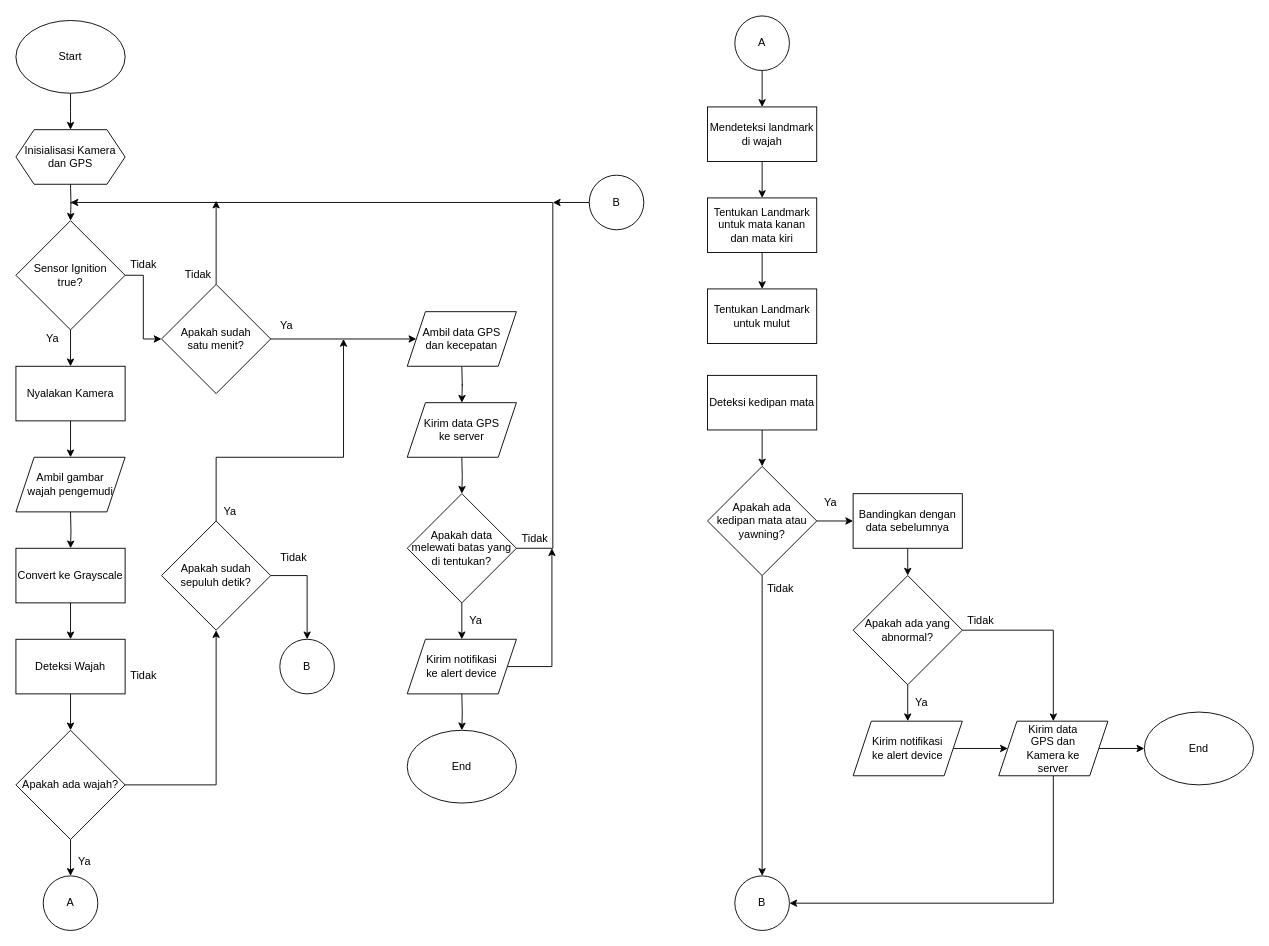
Before: Flow Chart Main Device.drawio in Akise17/Web-Design, a draw.io diagram. Source tidied: cells renumbered, new cells numbered last; positions are measured from the earlier drawing's top-left corner, leaving out a move shared by most shapes. Both pictures are drawn from the tidied source at 91%, with x=0, y=0 at pixel (15, 15).
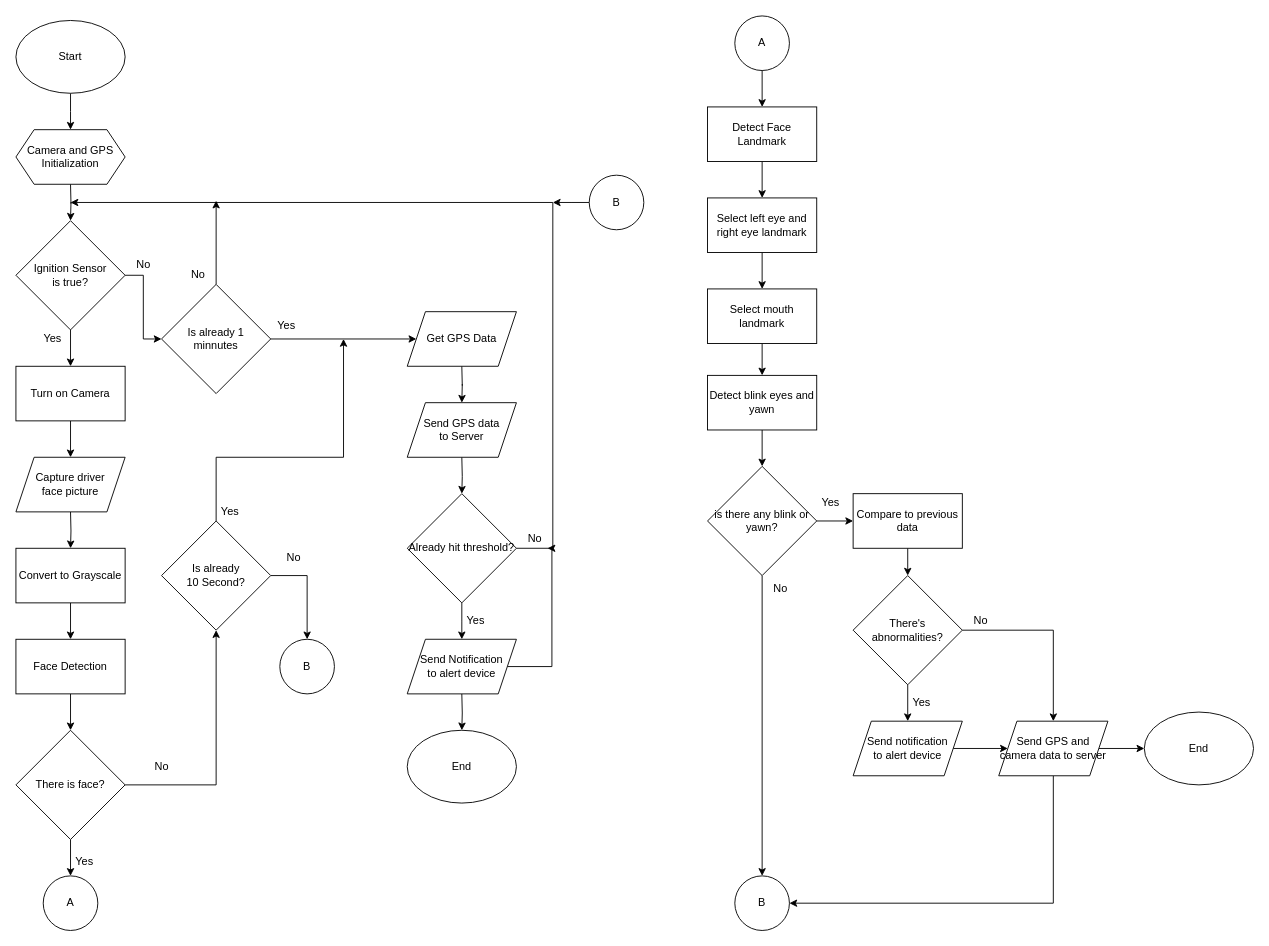
After the change.

What changed in the source:
```diff
@@
-    <mxCell id="7" value="Convert ke Grayscale" style="whiteSpace=wrap;html=1;rounded=0;" parent="1" vertex="1">
+    <mxCell id="7" value="Convert to Grayscale" style="whiteSpace=wrap;html=1;rounded=0;" parent="1" vertex="1">
       <mxGeometry y="585" width="120" height="60" as="geometry" />
     </mxCell>
@@
-    <mxCell id="9" value="Deteksi Wajah" style="whiteSpace=wrap;html=1;rounded=0;" parent="1" vertex="1">
+    <mxCell id="9" value="Face Detection" style="whiteSpace=wrap;html=1;rounded=0;" parent="1" vertex="1">
       <mxGeometry y="685" width="120" height="60" as="geometry" />
     </mxCell>
@@
-    <mxCell id="12" value="Apakah ada wajah?" style="rhombus;whiteSpace=wrap;html=1;" parent="1" vertex="1">
+    <mxCell id="12" value="There is face?" style="rhombus;whiteSpace=wrap;html=1;" parent="1" vertex="1">
       <mxGeometry y="785" width="120" height="120" as="geometry" />
     </mxCell>
-    <mxCell id="13" value="Tidak" style="text;html=1;align=center;verticalAlign=middle;strokeColor=none;" parent="1" vertex="1">
-      <mxGeometry x="120" y="715" width="40" height="20" as="geometry" />
+    <mxCell id="13" value="No" style="text;html=1;align=center;verticalAlign=middle;strokeColor=none;" parent="1" vertex="1">
+      <mxGeometry x="145" y="815" width="30" height="20" as="geometry" />
     </mxCell>
@@
-    <mxCell id="15" value="Mendeteksi landmark di wajah" style="whiteSpace=wrap;html=1;" parent="1" vertex="1">
+    <mxCell id="15" value="Detect Face Landmark" style="whiteSpace=wrap;html=1;" parent="1" vertex="1">
       <mxGeometry x="760" y="100" width="120" height="60" as="geometry" />
     </mxCell>
@@
-    <mxCell id="17" value="Tentukan Landmark untuk mata kanan dan mata kiri" style="whiteSpace=wrap;html=1;" parent="1" vertex="1">
+    <mxCell id="17" value="Select left eye and right eye landmark " style="whiteSpace=wrap;html=1;" parent="1" vertex="1">
       <mxGeometry x="760" y="200" width="120" height="60" as="geometry" />
     </mxCell>
+    <mxCell id="79" style="edgeStyle=orthogonalEdgeStyle;rounded=0;jettySize=auto;html=1;exitX=0.5;exitY=1;exitDx=0;exitDy=0;entryX=0.5;entryY=0;entryDx=0;entryDy=0;" parent="1" edge="1" source="18" target="44">
+      <mxGeometry relative="1" as="geometry" />
+    </mxCell>
-    <mxCell id="18" value="Tentukan Landmark untuk mulut" style="whiteSpace=wrap;html=1;" parent="1" vertex="1">
+    <mxCell id="18" value="Select mouth landmark" style="whiteSpace=wrap;html=1;" parent="1" vertex="1">
       <mxGeometry x="760" y="300" width="120" height="60" as="geometry" />
     </mxCell>
@@
-    <mxCell id="24" value="&lt;div&gt;Apakah sudah&lt;/div&gt;&lt;div&gt; satu menit?&lt;/div&gt;" style="rhombus;whiteSpace=wrap;html=1;" parent="1" vertex="1">
+    <mxCell id="24" value="&lt;div&gt;Is already 1&lt;/div&gt;&lt;div&gt;minnutes&lt;br&gt;&lt;/div&gt;" style="rhombus;whiteSpace=wrap;html=1;" parent="1" vertex="1">
       <mxGeometry x="160" y="295" width="120" height="120" as="geometry" />
     </mxCell>
-    <mxCell id="25" value="Tidak" style="text;html=1;align=center;verticalAlign=middle;strokeColor=none;" parent="1" vertex="1">
-      <mxGeometry x="180" y="275" width="40" height="20" as="geometry" />
+    <mxCell id="25" value="No" style="text;html=1;align=center;verticalAlign=middle;strokeColor=none;" parent="1" vertex="1">
+      <mxGeometry x="185" y="275" width="30" height="20" as="geometry" />
     </mxCell>
@@
-    <mxCell id="27" value="Ya" style="text;html=1;align=center;verticalAlign=middle;strokeColor=none;" parent="1" vertex="1">
-      <mxGeometry x="282" y="330" width="30" height="20" as="geometry" />
+    <mxCell id="27" value="Yes" style="text;html=1;align=center;verticalAlign=middle;strokeColor=none;" parent="1" vertex="1">
+      <mxGeometry x="277" y="330" width="40" height="20" as="geometry" />
     </mxCell>
-    <mxCell id="28" value="Ya" style="text;html=1;align=center;verticalAlign=middle;strokeColor=none;" parent="1" vertex="1">
-      <mxGeometry x="60" y="920" width="30" height="20" as="geometry" />
+    <mxCell id="28" value="Yes" style="text;html=1;align=center;verticalAlign=middle;strokeColor=none;" parent="1" vertex="1">
+      <mxGeometry x="55" y="920" width="40" height="20" as="geometry" />
     </mxCell>
@@
-    <mxCell id="32" value="&lt;div&gt;Apakah data &lt;br&gt;&lt;/div&gt;&lt;div&gt;melewati batas yang di tentukan?&lt;/div&gt;" style="rhombus;whiteSpace=wrap;html=1;rounded=0;" parent="1" vertex="1">
+    <mxCell id="32" value="Already hit threshold?" style="rhombus;whiteSpace=wrap;html=1;rounded=0;" parent="1" vertex="1">
       <mxGeometry x="430" y="525" width="120" height="120" as="geometry" />
     </mxCell>
@@
-    <mxCell id="35" value="Ya" style="text;html=1;align=center;verticalAlign=middle;strokeColor=none;" parent="1" vertex="1">
-      <mxGeometry x="490" y="655" width="30" height="20" as="geometry" />
+    <mxCell id="35" value="Yes" style="text;html=1;align=center;verticalAlign=middle;strokeColor=none;" parent="1" vertex="1">
+      <mxGeometry x="485" y="655" width="40" height="20" as="geometry" />
     </mxCell>
-    <mxCell id="36" value="Tidak" style="text;html=1;align=center;verticalAlign=middle;points=[];strokeColor=none;" parent="1" vertex="1">
-      <mxGeometry x="550" y="565" width="40" height="20" as="geometry" />
+    <mxCell id="36" value="No" style="text;html=1;align=center;verticalAlign=middle;points=[];strokeColor=none;" parent="1" vertex="1">
+      <mxGeometry x="555" y="565" width="30" height="20" as="geometry" />
     </mxCell>
@@
-    <mxCell id="38" value="&lt;div&gt;Ambil gambar &lt;br&gt;&lt;/div&gt;&lt;div&gt;wajah pengemudi&lt;/div&gt;" style="shape=parallelogram;perimeter=parallelogramPerimeter;whiteSpace=wrap;html=1;fixedSize=1;" parent="1" vertex="1">
+    <mxCell id="38" value="&lt;div&gt;Capture driver&lt;/div&gt;&lt;div&gt;face picture&lt;br&gt;&lt;/div&gt;" style="shape=parallelogram;perimeter=parallelogramPerimeter;whiteSpace=wrap;html=1;fixedSize=1;" parent="1" vertex="1">
       <mxGeometry y="485" width="120" height="60" as="geometry" />
     </mxCell>
-    <mxCell id="39" value="Inisialisasi Kamera dan GPS" style="shape=hexagon;perimeter=hexagonPerimeter2;whiteSpace=wrap;html=1;fixedSize=1;" parent="1" vertex="1">
+    <mxCell id="39" value="&lt;div&gt;Camera and GPS &lt;br&gt;&lt;/div&gt;&lt;div&gt;Initialization&lt;br&gt;&lt;/div&gt;" style="shape=hexagon;perimeter=hexagonPerimeter2;whiteSpace=wrap;html=1;fixedSize=1;" parent="1" vertex="1">
       <mxGeometry y="125" width="120" height="60" as="geometry" />
     </mxCell>
-    <mxCell id="40" value="&lt;div&gt;Ambil data GPS &lt;br&gt;&lt;/div&gt;&lt;div&gt;dan kecepatan&lt;/div&gt;" style="shape=parallelogram;perimeter=parallelogramPerimeter;whiteSpace=wrap;html=1;fixedSize=1;" parent="1" vertex="1">
+    <mxCell id="40" value="Get GPS Data" style="shape=parallelogram;perimeter=parallelogramPerimeter;whiteSpace=wrap;html=1;fixedSize=1;" parent="1" vertex="1">
       <mxGeometry x="430" y="325" width="120" height="60" as="geometry" />
     </mxCell>
-    <mxCell id="41" value="&lt;div&gt;Kirim data GPS&lt;br&gt;&lt;/div&gt;&lt;div&gt;ke server&lt;/div&gt;" style="shape=parallelogram;perimeter=parallelogramPerimeter;whiteSpace=wrap;html=1;fixedSize=1;" parent="1" vertex="1">
+    <mxCell id="41" value="&lt;div&gt;Send GPS data &lt;br&gt;&lt;/div&gt;&lt;div&gt;to Server&lt;br&gt;&lt;/div&gt;" style="shape=parallelogram;perimeter=parallelogramPerimeter;whiteSpace=wrap;html=1;fixedSize=1;" parent="1" vertex="1">
       <mxGeometry x="430" y="425" width="120" height="60" as="geometry" />
     </mxCell>
-    <mxCell id="42" value="&lt;div&gt;Kirim notifikasi &lt;br&gt;&lt;/div&gt;&lt;div&gt;ke alert device&lt;/div&gt;" style="shape=parallelogram;perimeter=parallelogramPerimeter;whiteSpace=wrap;html=1;fixedSize=1;" parent="1" vertex="1">
+    <mxCell id="42" value="&lt;div&gt;Send Notification &lt;br&gt;&lt;/div&gt;&lt;div&gt;to alert device&lt;/div&gt;" style="shape=parallelogram;perimeter=parallelogramPerimeter;whiteSpace=wrap;html=1;fixedSize=1;" parent="1" vertex="1">
       <mxGeometry x="430" y="685" width="120" height="60" as="geometry" />
     </mxCell>
@@
-    <mxCell id="44" value="Deteksi kedipan mata" style="rounded=0;whiteSpace=wrap;html=1;" parent="1" vertex="1">
+    <mxCell id="44" value="Detect blink eyes and yawn" style="rounded=0;whiteSpace=wrap;html=1;" parent="1" vertex="1">
       <mxGeometry x="760" y="395" width="120" height="60" as="geometry" />
     </mxCell>
@@
-    <mxCell id="47" value="&lt;div&gt;Apakah ada &lt;br&gt;&lt;/div&gt;&lt;div&gt;kedipan mata atau yawning?&lt;br&gt;&lt;/div&gt;" style="rhombus;whiteSpace=wrap;html=1;" parent="1" vertex="1">
+    <mxCell id="47" value="is there any blink or yawn?" style="rhombus;whiteSpace=wrap;html=1;" parent="1" vertex="1">
       <mxGeometry x="760" y="495" width="120" height="120" as="geometry" />
     </mxCell>
@@
-    <mxCell id="49" value="Bandingkan dengan data sebelumnya" style="rounded=0;whiteSpace=wrap;html=1;" parent="1" vertex="1">
+    <mxCell id="49" value="Compare to previous data" style="rounded=0;whiteSpace=wrap;html=1;" parent="1" vertex="1">
       <mxGeometry x="920" y="525" width="120" height="60" as="geometry" />
     </mxCell>
@@
-    <mxCell id="52" value="Apakah ada yang abnormal?" style="rhombus;whiteSpace=wrap;html=1;" parent="1" vertex="1">
+    <mxCell id="52" value="There's abnormalities?" style="rhombus;whiteSpace=wrap;html=1;" parent="1" vertex="1">
       <mxGeometry x="920" y="615" width="120" height="120" as="geometry" />
     </mxCell>
@@
-    <mxCell id="55" value="Tidak" style="text;html=1;align=center;verticalAlign=middle;strokeColor=none;" parent="1" vertex="1">
-      <mxGeometry x="820" y="620" width="40" height="20" as="geometry" />
+    <mxCell id="55" value="No" style="text;html=1;align=center;verticalAlign=middle;strokeColor=none;" parent="1" vertex="1">
+      <mxGeometry x="825" y="620" width="30" height="20" as="geometry" />
     </mxCell>
-    <mxCell id="56" value="Ya" style="text;html=1;align=center;verticalAlign=middle;strokeColor=none;" parent="1" vertex="1">
-      <mxGeometry x="880" y="525" width="30" height="20" as="geometry" />
+    <mxCell id="56" value="Yes" style="text;html=1;align=center;verticalAlign=middle;strokeColor=none;" parent="1" vertex="1">
+      <mxGeometry x="875" y="525" width="40" height="20" as="geometry" />
     </mxCell>
@@
-    <mxCell id="59" value="&lt;div&gt;Kirim data &lt;br&gt;&lt;/div&gt;&lt;div&gt;GPS dan &lt;br&gt;&lt;/div&gt;&lt;div&gt;Kamera ke &lt;br&gt;&lt;/div&gt;&lt;div&gt;server&lt;/div&gt;" style="shape=parallelogram;perimeter=parallelogramPerimeter;whiteSpace=wrap;html=1;fixedSize=1;" parent="1" vertex="1">
+    <mxCell id="59" value="Send GPS and camera data to server" style="shape=parallelogram;perimeter=parallelogramPerimeter;whiteSpace=wrap;html=1;fixedSize=1;" parent="1" vertex="1">
       <mxGeometry x="1080" y="775" width="120" height="60" as="geometry" />
     </mxCell>
@@
-    <mxCell id="61" value="&lt;div&gt;Kirim notifikasi &lt;br&gt;&lt;/div&gt;&lt;div&gt;ke alert device&lt;/div&gt;" style="shape=parallelogram;perimeter=parallelogramPerimeter;whiteSpace=wrap;html=1;fixedSize=1;" parent="1" vertex="1">
+    <mxCell id="61" value="&lt;div&gt;Send notification &lt;br&gt;&lt;/div&gt;&lt;div&gt;to alert device&lt;/div&gt;" style="shape=parallelogram;perimeter=parallelogramPerimeter;whiteSpace=wrap;html=1;fixedSize=1;" parent="1" vertex="1">
       <mxGeometry x="920" y="775" width="120" height="60" as="geometry" />
     </mxCell>
@@
-    <mxCell id="63" value="Tidak" style="text;html=1;align=center;verticalAlign=middle;strokeColor=none;" parent="1" vertex="1">
-      <mxGeometry x="1040" y="655" width="40" height="20" as="geometry" />
+    <mxCell id="63" value="No" style="text;html=1;align=center;verticalAlign=middle;strokeColor=none;" parent="1" vertex="1">
+      <mxGeometry x="1045" y="655" width="30" height="20" as="geometry" />
     </mxCell>
-    <mxCell id="64" value="Ya" style="text;html=1;align=center;verticalAlign=middle;strokeColor=none;" parent="1" vertex="1">
-      <mxGeometry x="980" y="745" width="30" height="20" as="geometry" />
+    <mxCell id="64" value="Yes" style="text;html=1;align=center;verticalAlign=middle;strokeColor=none;" parent="1" vertex="1">
+      <mxGeometry x="975" y="745" width="40" height="20" as="geometry" />
     </mxCell>
@@
-    <mxCell id="68" value="&lt;div&gt;Sensor Ignition &lt;br&gt;&lt;/div&gt;&lt;div&gt;true?&lt;/div&gt;" style="rhombus;whiteSpace=wrap;html=1;" parent="1" vertex="1">
+    <mxCell id="68" value="&lt;div&gt;Ignition Sensor&lt;/div&gt;&lt;div&gt;is true?&lt;br&gt;&lt;/div&gt;" style="rhombus;whiteSpace=wrap;html=1;" parent="1" vertex="1">
       <mxGeometry y="225" width="120" height="120" as="geometry" />
     </mxCell>
-    <mxCell id="69" value="Ya" style="text;html=1;align=center;verticalAlign=middle;strokeColor=none;" parent="1" vertex="1">
-      <mxGeometry x="25" y="345" width="30" height="20" as="geometry" />
+    <mxCell id="69" value="Yes" style="text;html=1;align=center;verticalAlign=middle;strokeColor=none;" parent="1" vertex="1">
+      <mxGeometry x="20" y="345" width="40" height="20" as="geometry" />
     </mxCell>
-    <mxCell id="70" value="Tidak" style="text;html=1;align=center;verticalAlign=middle;strokeColor=none;" parent="1" vertex="1">
-      <mxGeometry x="120" y="263" width="40" height="20" as="geometry" />
+    <mxCell id="70" value="No" style="text;html=1;align=center;verticalAlign=middle;strokeColor=none;" parent="1" vertex="1">
+      <mxGeometry x="125" y="263" width="30" height="20" as="geometry" />
     </mxCell>
@@
-    <mxCell id="73" value="&lt;div&gt;Apakah sudah&lt;/div&gt;&lt;div&gt; sepuluh detik?&lt;/div&gt;" style="rhombus;whiteSpace=wrap;html=1;" parent="1" vertex="1">
+    <mxCell id="73" value="&lt;div&gt;Is already &lt;br&gt;&lt;/div&gt;&lt;div&gt;10 Second?&lt;/div&gt;" style="rhombus;whiteSpace=wrap;html=1;" parent="1" vertex="1">
       <mxGeometry x="160" y="555" width="120" height="120" as="geometry" />
     </mxCell>
-    <mxCell id="74" value="Ya" style="text;html=1;align=center;verticalAlign=middle;strokeColor=none;" parent="1" vertex="1">
-      <mxGeometry x="220" y="535" width="30" height="20" as="geometry" />
+    <mxCell id="74" value="Yes" style="text;html=1;align=center;verticalAlign=middle;strokeColor=none;" parent="1" vertex="1">
+      <mxGeometry x="215" y="535" width="40" height="20" as="geometry" />
     </mxCell>
-    <mxCell id="75" value="Tidak" style="text;html=1;align=center;verticalAlign=middle;strokeColor=none;" parent="1" vertex="1">
-      <mxGeometry x="285" y="585" width="40" height="20" as="geometry" />
+    <mxCell id="75" value="No" style="text;html=1;align=center;verticalAlign=middle;strokeColor=none;" parent="1" vertex="1">
+      <mxGeometry x="290" y="585" width="30" height="20" as="geometry" />
     </mxCell>
@@
-    <mxCell id="78" value="Nyalakan Kamera" style="whiteSpace=wrap;html=1;rounded=0;" parent="1" vertex="1">
+    <mxCell id="78" value="Turn on Camera" style="whiteSpace=wrap;html=1;rounded=0;" parent="1" vertex="1">
       <mxGeometry y="385" width="120" height="60" as="geometry" />
     </mxCell>
```
